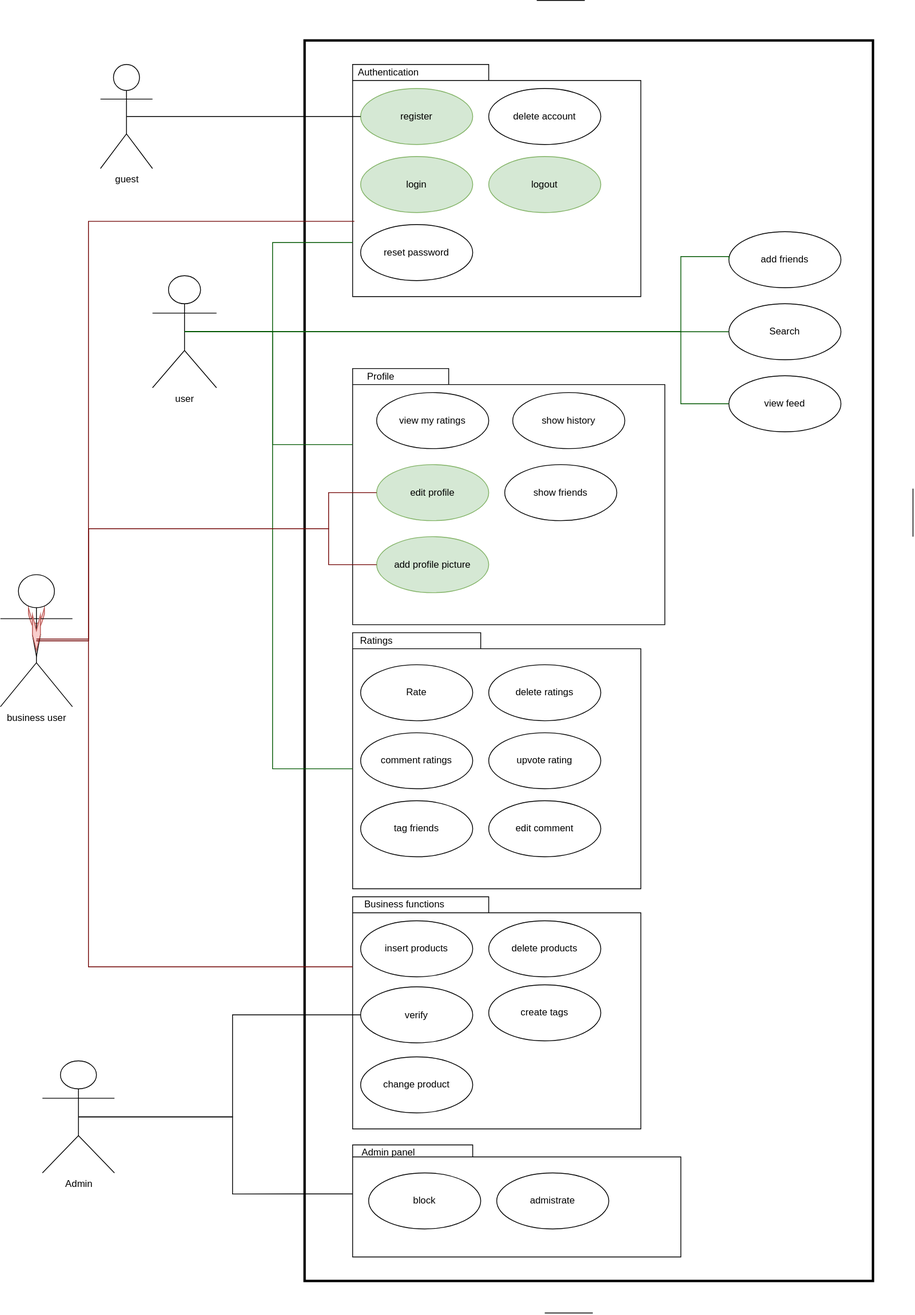
Before: docs/UseCaseDiagram.svg, a diagram exported from draw.io (paul-schweng/UNDECIDED). Source tidied: cells renumbered, new cells last; positions are measured from the earlier drawing's top-left corner, leaving out a move shared by most shapes. Source of this version:
```xml
<mxGraphModel>
  <root>
    <mxCell id="0" />
    <mxCell id="1" parent="0" />
    <mxCell id="2" style="shape=dataStorage;whiteSpace=wrap;html=1;fixedSize=1;rotation=-90;fillColor=#f8cecc;strokeColor=#b85450;" parent="1" vertex="1">
      <mxGeometry x="31.1" y="762.5" width="27.8" height="20" as="geometry" />
    </mxCell>
    <mxCell id="3" style="html=1;strokeWidth=3;" parent="1" vertex="1">
      <mxGeometry x="380" y="50" width="710" height="1550" as="geometry" />
    </mxCell>
    <mxCell id="4" style="shape=folder;fontStyle=1;spacingTop=10;tabWidth=170;tabHeight=20;tabPosition=left;html=1;" parent="1" vertex="1">
      <mxGeometry x="440" y="1120" width="360" height="290" as="geometry" />
    </mxCell>
    <mxCell id="5" value="user" style="shape=umlActor;verticalLabelPosition=bottom;verticalAlign=top;html=1;" parent="1" vertex="1">
      <mxGeometry x="190" y="344" width="80" height="140" as="geometry" />
    </mxCell>
    <mxCell id="6" style="shape=folder;fontStyle=1;spacingTop=10;tabWidth=170;tabHeight=20;tabPosition=left;html=1;" parent="1" vertex="1">
      <mxGeometry x="440" y="80" width="360" height="290" as="geometry" />
    </mxCell>
    <mxCell id="7" value="login" style="ellipse;whiteSpace=wrap;html=1;fillColor=#d5e8d4;strokeColor=#82b366;" parent="1" vertex="1">
      <mxGeometry x="450" y="195" width="140" height="70" as="geometry" />
    </mxCell>
    <mxCell id="8" value="register" style="ellipse;whiteSpace=wrap;html=1;direction=west;fillColor=#d5e8d4;strokeColor=#82b366;" parent="1" vertex="1">
      <mxGeometry x="450" y="110" width="140" height="70" as="geometry" />
    </mxCell>
    <mxCell id="9" value="logout" style="ellipse;whiteSpace=wrap;html=1;direction=west;fillColor=#d5e8d4;strokeColor=#82b366;" parent="1" vertex="1">
      <mxGeometry x="610" y="195" width="140" height="70" as="geometry" />
    </mxCell>
    <mxCell id="10" value="delete account" style="ellipse;whiteSpace=wrap;html=1;direction=west;" parent="1" vertex="1">
      <mxGeometry x="610" y="110" width="140" height="70" as="geometry" />
    </mxCell>
    <mxCell id="11" value="guest" style="shape=umlActor;verticalLabelPosition=bottom;verticalAlign=top;html=1;" parent="1" vertex="1">
      <mxGeometry x="125" y="80" width="65" height="130" as="geometry" />
    </mxCell>
    <mxCell id="12" style="endArrow=none;html=1;edgeStyle=orthogonalEdgeStyle;rounded=0;exitX=0.5;exitY=0.5;exitDx=0;exitDy=0;exitPerimeter=0;entryX=0;entryY=0;entryDx=0;entryDy=222.5;entryPerimeter=0;fillColor=#008a00;strokeColor=#005700;" parent="1" edge="1" source="5" target="6">
      <mxGeometry relative="1" as="geometry">
        <Array as="points">
          <mxPoint x="340" y="414" />
          <mxPoint x="340" y="303" />
        </Array>
      </mxGeometry>
    </mxCell>
    <mxCell id="13" value="Authentication" style="text;html=1;strokeColor=none;fillColor=none;align=center;verticalAlign=middle;whiteSpace=wrap;rounded=0;" parent="1" vertex="1">
      <mxGeometry x="440" y="80" width="90" height="20" as="geometry" />
    </mxCell>
    <mxCell id="14" style="shape=folder;fontStyle=1;spacingTop=10;tabWidth=160;tabHeight=20;tabPosition=left;html=1;" parent="1" vertex="1">
      <mxGeometry x="440" y="790" width="360" height="320" as="geometry" />
    </mxCell>
    <mxCell id="15" value="comment ratings" style="ellipse;whiteSpace=wrap;html=1;direction=west;" parent="1" vertex="1">
      <mxGeometry x="450" y="915" width="140" height="70" as="geometry" />
    </mxCell>
    <mxCell id="16" value="upvote rating" style="ellipse;whiteSpace=wrap;html=1;direction=west;" parent="1" vertex="1">
      <mxGeometry x="610" y="915" width="140" height="70" as="geometry" />
    </mxCell>
    <mxCell id="17" style="shape=folder;fontStyle=1;spacingTop=10;tabWidth=120;tabHeight=20;tabPosition=left;html=1;" parent="1" vertex="1">
      <mxGeometry x="440" y="460" width="390" height="320" as="geometry" />
    </mxCell>
    <mxCell id="18" value="Search" style="ellipse;whiteSpace=wrap;html=1;direction=west;" parent="1" vertex="1">
      <mxGeometry x="910" y="379" width="140" height="70" as="geometry" />
    </mxCell>
    <mxCell id="19" value="Rate" style="ellipse;whiteSpace=wrap;html=1;direction=west;" parent="1" vertex="1">
      <mxGeometry x="450" y="830" width="140" height="70" as="geometry" />
    </mxCell>
    <mxCell id="20" value="delete ratings" style="ellipse;whiteSpace=wrap;html=1;direction=west;" parent="1" vertex="1">
      <mxGeometry x="610" y="830" width="140" height="70" as="geometry" />
    </mxCell>
    <mxCell id="21" value="add friends" style="ellipse;whiteSpace=wrap;html=1;direction=west;" parent="1" vertex="1">
      <mxGeometry x="910" y="289" width="140" height="70" as="geometry" />
    </mxCell>
    <mxCell id="22" value="insert products" style="ellipse;whiteSpace=wrap;html=1;direction=west;" parent="1" vertex="1">
      <mxGeometry x="450" y="1150" width="140" height="70" as="geometry" />
    </mxCell>
    <mxCell id="23" value="tag friends" style="ellipse;whiteSpace=wrap;html=1;direction=west;" parent="1" vertex="1">
      <mxGeometry x="450" y="1000" width="140" height="70" as="geometry" />
    </mxCell>
    <mxCell id="24" value="create tags" style="ellipse;whiteSpace=wrap;html=1;direction=west;" parent="1" vertex="1">
      <mxGeometry x="610" y="1230" width="140" height="70" as="geometry" />
    </mxCell>
    <mxCell id="25" value="delete products" style="ellipse;whiteSpace=wrap;html=1;direction=west;" parent="1" vertex="1">
      <mxGeometry x="610" y="1150" width="140" height="70" as="geometry" />
    </mxCell>
    <mxCell id="26" value="edit comment" style="ellipse;whiteSpace=wrap;html=1;direction=west;" parent="1" vertex="1">
      <mxGeometry x="610" y="1000" width="140" height="70" as="geometry" />
    </mxCell>
    <mxCell id="27" value="Ratings" style="text;html=1;strokeColor=none;fillColor=none;align=center;verticalAlign=middle;whiteSpace=wrap;rounded=0;" parent="1" vertex="1">
      <mxGeometry x="440" y="790" width="60" height="20" as="geometry" />
    </mxCell>
    <mxCell id="28" style="endArrow=none;html=1;edgeStyle=orthogonalEdgeStyle;rounded=0;exitX=0.5;exitY=0.5;exitDx=0;exitDy=0;exitPerimeter=0;entryX=0;entryY=0;entryDx=0;entryDy=170;entryPerimeter=0;fillColor=#008a00;strokeColor=#005700;strokeWidth=1;" parent="1" edge="1" source="5" target="14">
      <mxGeometry relative="1" as="geometry">
        <Array as="points">
          <mxPoint x="340" y="414" />
          <mxPoint x="340" y="960" />
        </Array>
      </mxGeometry>
    </mxCell>
    <mxCell id="29" value="verify" style="ellipse;whiteSpace=wrap;html=1;direction=west;" parent="1" vertex="1">
      <mxGeometry x="450" y="1232.5" width="140" height="70" as="geometry" />
    </mxCell>
    <mxCell id="30" value="business user" style="shape=umlActor;verticalLabelPosition=bottom;verticalAlign=top;html=1;" parent="1" vertex="1">
      <mxGeometry y="717.5" width="90" height="165" as="geometry" />
    </mxCell>
    <mxCell id="31" style="triangle;whiteSpace=wrap;html=1;rotation=90;" parent="1" vertex="1">
      <mxGeometry x="31.5" y="801" width="27" height="10" as="geometry" />
    </mxCell>
    <mxCell id="32" style="shape=step;perimeter=stepPerimeter;whiteSpace=wrap;html=1;fixedSize=1;rotation=90;fillColor=#f8cecc;strokeColor=#b85450;" parent="1" vertex="1">
      <mxGeometry x="22.5" y="785" width="45" height="10" as="geometry" />
    </mxCell>
    <mxCell id="33" value="Business functions" style="text;html=1;strokeColor=none;fillColor=none;align=center;verticalAlign=middle;whiteSpace=wrap;rounded=0;" parent="1" vertex="1">
      <mxGeometry x="440" y="1120" width="130" height="20" as="geometry" />
    </mxCell>
    <mxCell id="34" style="endArrow=none;html=1;edgeStyle=orthogonalEdgeStyle;rounded=0;exitX=0.5;exitY=0.5;exitDx=0;exitDy=0;exitPerimeter=0;entryX=0.006;entryY=0.676;entryDx=0;entryDy=0;entryPerimeter=0;fillColor=#a20025;strokeColor=#6F0000;" parent="1" edge="1" source="30" target="6">
      <mxGeometry relative="1" as="geometry">
        <Array as="points">
          <mxPoint x="110" y="800" />
          <mxPoint x="110" y="276" />
        </Array>
      </mxGeometry>
    </mxCell>
    <mxCell id="35" style="endArrow=none;html=1;edgeStyle=orthogonalEdgeStyle;rounded=0;entryX=0;entryY=0;entryDx=0;entryDy=87.5;entryPerimeter=0;exitX=0.5;exitY=0.5;exitDx=0;exitDy=0;exitPerimeter=0;fillColor=#a20025;strokeColor=#6F0000;" parent="1" edge="1" source="30" target="4">
      <mxGeometry relative="1" as="geometry">
        <Array as="points">
          <mxPoint x="110" y="800" />
          <mxPoint x="110" y="1207" />
        </Array>
      </mxGeometry>
    </mxCell>
    <mxCell id="36" value="show friends" style="ellipse;whiteSpace=wrap;html=1;direction=west;" parent="1" vertex="1">
      <mxGeometry x="630" y="580" width="140" height="70" as="geometry" />
    </mxCell>
    <mxCell id="37" value="show history" style="ellipse;whiteSpace=wrap;html=1;direction=west;" parent="1" vertex="1">
      <mxGeometry x="640" y="490" width="140" height="70" as="geometry" />
    </mxCell>
    <mxCell id="38" value="edit profile" style="ellipse;whiteSpace=wrap;html=1;direction=west;fillColor=#d5e8d4;strokeColor=#82b366;" parent="1" vertex="1">
      <mxGeometry x="470" y="580" width="140" height="70" as="geometry" />
    </mxCell>
    <mxCell id="39" value="add profile picture" style="ellipse;whiteSpace=wrap;html=1;direction=west;fillColor=#d5e8d4;strokeColor=#82b366;" parent="1" vertex="1">
      <mxGeometry x="470" y="670" width="140" height="70" as="geometry" />
    </mxCell>
    <mxCell id="40" value="view my ratings" style="ellipse;whiteSpace=wrap;html=1;direction=west;" parent="1" vertex="1">
      <mxGeometry x="470" y="490" width="140" height="70" as="geometry" />
    </mxCell>
    <mxCell id="41" value="Profile" style="text;html=1;align=center;verticalAlign=middle;strokeColor=none;fillColor=none;" parent="1" vertex="1">
      <mxGeometry x="450" y="460" width="50" height="20" as="geometry" />
    </mxCell>
    <mxCell id="42" style="endArrow=none;html=1;edgeStyle=orthogonalEdgeStyle;rounded=0;exitX=0.5;exitY=0.5;exitDx=0;exitDy=0;exitPerimeter=0;entryX=1;entryY=0.5;entryDx=0;entryDy=0;" parent="1" edge="1" source="11" target="8">
      <mxGeometry relative="1" as="geometry">
        <Array as="points">
          <mxPoint x="230" y="145" />
          <mxPoint x="230" y="145" />
        </Array>
      </mxGeometry>
    </mxCell>
    <mxCell id="43" value="change product" style="ellipse;whiteSpace=wrap;html=1;direction=west;" parent="1" vertex="1">
      <mxGeometry x="450" y="1320" width="140" height="70" as="geometry" />
    </mxCell>
    <mxCell id="44" value="Admin" style="shape=umlActor;verticalLabelPosition=bottom;verticalAlign=top;html=1;" parent="1" vertex="1">
      <mxGeometry x="52.5" y="1325" width="90" height="140" as="geometry" />
    </mxCell>
    <mxCell id="45" style="shape=folder;fontStyle=1;spacingTop=10;tabWidth=150;tabHeight=15;tabPosition=left;html=1;" parent="1" vertex="1">
      <mxGeometry x="440" y="1430" width="410" height="140" as="geometry" />
    </mxCell>
    <mxCell id="46" value="block" style="ellipse;whiteSpace=wrap;html=1;direction=west;" parent="1" vertex="1">
      <mxGeometry x="460" y="1465" width="140" height="70" as="geometry" />
    </mxCell>
    <mxCell id="47" value="admistrate" style="ellipse;whiteSpace=wrap;html=1;direction=west;" parent="1" vertex="1">
      <mxGeometry x="620" y="1465" width="140" height="70" as="geometry" />
    </mxCell>
    <mxCell id="48" style="endArrow=none;html=1;edgeStyle=orthogonalEdgeStyle;rounded=0;entryX=0.5;entryY=0.5;entryDx=0;entryDy=0;entryPerimeter=0;exitX=0;exitY=0;exitDx=0;exitDy=61.25;exitPerimeter=0;" parent="1" edge="1" source="45" target="44">
      <mxGeometry relative="1" as="geometry">
        <Array as="points">
          <mxPoint x="290" y="1491" />
          <mxPoint x="290" y="1395" />
        </Array>
      </mxGeometry>
    </mxCell>
    <mxCell id="49" value="Admin panel" style="text;html=1;strokeColor=none;fillColor=none;align=center;verticalAlign=middle;whiteSpace=wrap;rounded=0;" parent="1" vertex="1">
      <mxGeometry x="440" y="1430" width="90" height="20" as="geometry" />
    </mxCell>
    <mxCell id="50" value="reset password" style="ellipse;whiteSpace=wrap;html=1;" parent="1" vertex="1">
      <mxGeometry x="450" y="280" width="140" height="70" as="geometry" />
    </mxCell>
    <mxCell id="51" value="view feed" style="ellipse;whiteSpace=wrap;html=1;direction=west;" parent="1" vertex="1">
      <mxGeometry x="910" y="469" width="140" height="70" as="geometry" />
    </mxCell>
    <mxCell id="52" style="endArrow=none;html=1;rounded=0;" parent="1" edge="1">
      <mxGeometry relative="1" as="geometry">
        <mxPoint x="670" as="sourcePoint" />
        <mxPoint x="730" as="targetPoint" />
      </mxGeometry>
    </mxCell>
    <mxCell id="53" style="endArrow=none;html=1;edgeStyle=orthogonalEdgeStyle;rounded=0;exitX=0.5;exitY=0.5;exitDx=0;exitDy=0;exitPerimeter=0;entryX=1;entryY=0.5;entryDx=0;entryDy=0;" parent="1" edge="1" source="44" target="29">
      <mxGeometry relative="1" as="geometry">
        <Array as="points">
          <mxPoint x="290" y="1395" />
          <mxPoint x="290" y="1267" />
        </Array>
      </mxGeometry>
    </mxCell>
    <mxCell id="54" style="endArrow=none;html=1;edgeStyle=orthogonalEdgeStyle;rounded=0;exitX=0.5;exitY=0.5;exitDx=0;exitDy=0;exitPerimeter=0;entryX=1;entryY=0.5;entryDx=0;entryDy=0;fillColor=#a20025;strokeColor=#6F0000;" parent="1" edge="1" source="30" target="38">
      <mxGeometry relative="1" as="geometry">
        <Array as="points">
          <mxPoint x="110" y="800" />
          <mxPoint x="110" y="660" />
          <mxPoint x="410" y="660" />
          <mxPoint x="410" y="615" />
        </Array>
      </mxGeometry>
    </mxCell>
    <mxCell id="55" style="endArrow=none;html=1;edgeStyle=orthogonalEdgeStyle;rounded=0;entryX=1;entryY=0.5;entryDx=0;entryDy=0;fillColor=#a20025;strokeColor=#6F0000;" parent="1" edge="1" target="39">
      <mxGeometry relative="1" as="geometry">
        <mxPoint x="45" y="798" as="sourcePoint" />
        <Array as="points">
          <mxPoint x="110" y="798" />
          <mxPoint x="110" y="660" />
          <mxPoint x="410" y="660" />
          <mxPoint x="410" y="705" />
        </Array>
      </mxGeometry>
    </mxCell>
    <mxCell id="56" style="endArrow=none;html=1;edgeStyle=orthogonalEdgeStyle;rounded=0;exitX=0.5;exitY=0.5;exitDx=0;exitDy=0;exitPerimeter=0;entryX=0;entryY=0;entryDx=0;entryDy=95;entryPerimeter=0;fillColor=#008a00;strokeColor=#005700;" parent="1" edge="1" source="5" target="17">
      <mxGeometry relative="1" as="geometry">
        <Array as="points">
          <mxPoint x="340" y="414" />
          <mxPoint x="340" y="555" />
        </Array>
      </mxGeometry>
    </mxCell>
    <mxCell id="57" style="endArrow=none;html=1;edgeStyle=orthogonalEdgeStyle;rounded=0;entryX=1;entryY=0.5;entryDx=0;entryDy=0;exitX=0.5;exitY=0.5;exitDx=0;exitDy=0;exitPerimeter=0;fillColor=#008a00;strokeColor=#005700;" parent="1" edge="1" source="5" target="21">
      <mxGeometry relative="1" as="geometry">
        <Array as="points">
          <mxPoint x="850" y="414" />
          <mxPoint x="850" y="320" />
          <mxPoint x="910" y="320" />
        </Array>
      </mxGeometry>
    </mxCell>
    <mxCell id="58" style="endArrow=none;html=1;edgeStyle=orthogonalEdgeStyle;rounded=0;entryX=1;entryY=0.5;entryDx=0;entryDy=0;exitX=0.5;exitY=0.5;exitDx=0;exitDy=0;exitPerimeter=0;fillColor=#008a00;strokeColor=#005700;" parent="1" edge="1" source="5" target="18">
      <mxGeometry relative="1" as="geometry">
        <Array as="points">
          <mxPoint x="880" y="414" />
          <mxPoint x="880" y="414" />
        </Array>
      </mxGeometry>
    </mxCell>
    <mxCell id="59" style="endArrow=none;html=1;edgeStyle=orthogonalEdgeStyle;rounded=0;entryX=1;entryY=0.5;entryDx=0;entryDy=0;exitX=0.5;exitY=0.5;exitDx=0;exitDy=0;exitPerimeter=0;fillColor=#008a00;strokeColor=#005700;" parent="1" edge="1" source="5" target="51">
      <mxGeometry relative="1" as="geometry">
        <Array as="points">
          <mxPoint x="850" y="414" />
          <mxPoint x="850" y="504" />
        </Array>
      </mxGeometry>
    </mxCell>
    <mxCell id="60" style="endArrow=none;html=1;rounded=0;" parent="1" edge="1">
      <mxGeometry relative="1" as="geometry">
        <mxPoint x="1140" y="610" as="sourcePoint" />
        <mxPoint x="1140" y="670" as="targetPoint" />
      </mxGeometry>
    </mxCell>
    <mxCell id="61" style="endArrow=none;html=1;rounded=0;" parent="1" edge="1">
      <mxGeometry relative="1" as="geometry">
        <mxPoint x="680" y="1640" as="sourcePoint" />
        <mxPoint x="740" y="1640" as="targetPoint" />
      </mxGeometry>
    </mxCell>
  </root>
</mxGraphModel>
```
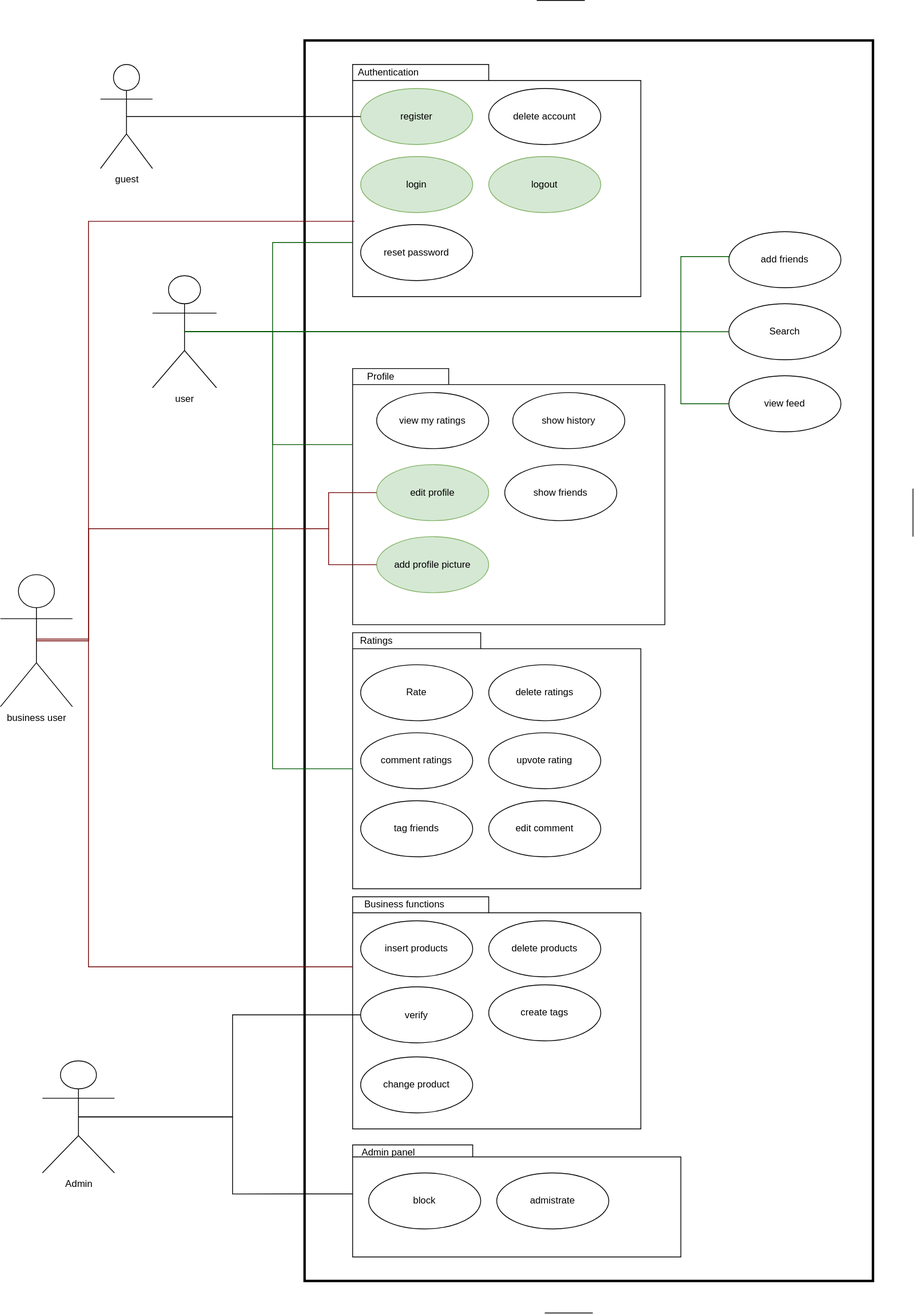
The same file after the commit.

What changed in the source:
```diff
@@ -2,9 +2,6 @@
   <root>
     <mxCell id="0" />
     <mxCell id="1" parent="0" />
-    <mxCell id="2" style="shape=dataStorage;whiteSpace=wrap;html=1;fixedSize=1;rotation=-90;fillColor=#f8cecc;strokeColor=#b85450;" parent="1" vertex="1">
-      <mxGeometry x="31.1" y="762.5" width="27.8" height="20" as="geometry" />
-    </mxCell>
     <mxCell id="3" style="html=1;strokeWidth=3;" parent="1" vertex="1">
       <mxGeometry x="380" y="50" width="710" height="1550" as="geometry" />
     </mxCell>
@@ -99,12 +96,6 @@
     <mxCell id="30" value="business user" style="shape=umlActor;verticalLabelPosition=bottom;verticalAlign=top;html=1;" parent="1" vertex="1">
       <mxGeometry y="717.5" width="90" height="165" as="geometry" />
     </mxCell>
-    <mxCell id="31" style="triangle;whiteSpace=wrap;html=1;rotation=90;" parent="1" vertex="1">
-      <mxGeometry x="31.5" y="801" width="27" height="10" as="geometry" />
-    </mxCell>
-    <mxCell id="32" style="shape=step;perimeter=stepPerimeter;whiteSpace=wrap;html=1;fixedSize=1;rotation=90;fillColor=#f8cecc;strokeColor=#b85450;" parent="1" vertex="1">
-      <mxGeometry x="22.5" y="785" width="45" height="10" as="geometry" />
-    </mxCell>
     <mxCell id="33" value="Business functions" style="text;html=1;strokeColor=none;fillColor=none;align=center;verticalAlign=middle;whiteSpace=wrap;rounded=0;" parent="1" vertex="1">
       <mxGeometry x="440" y="1120" width="130" height="20" as="geometry" />
     </mxCell>
```
